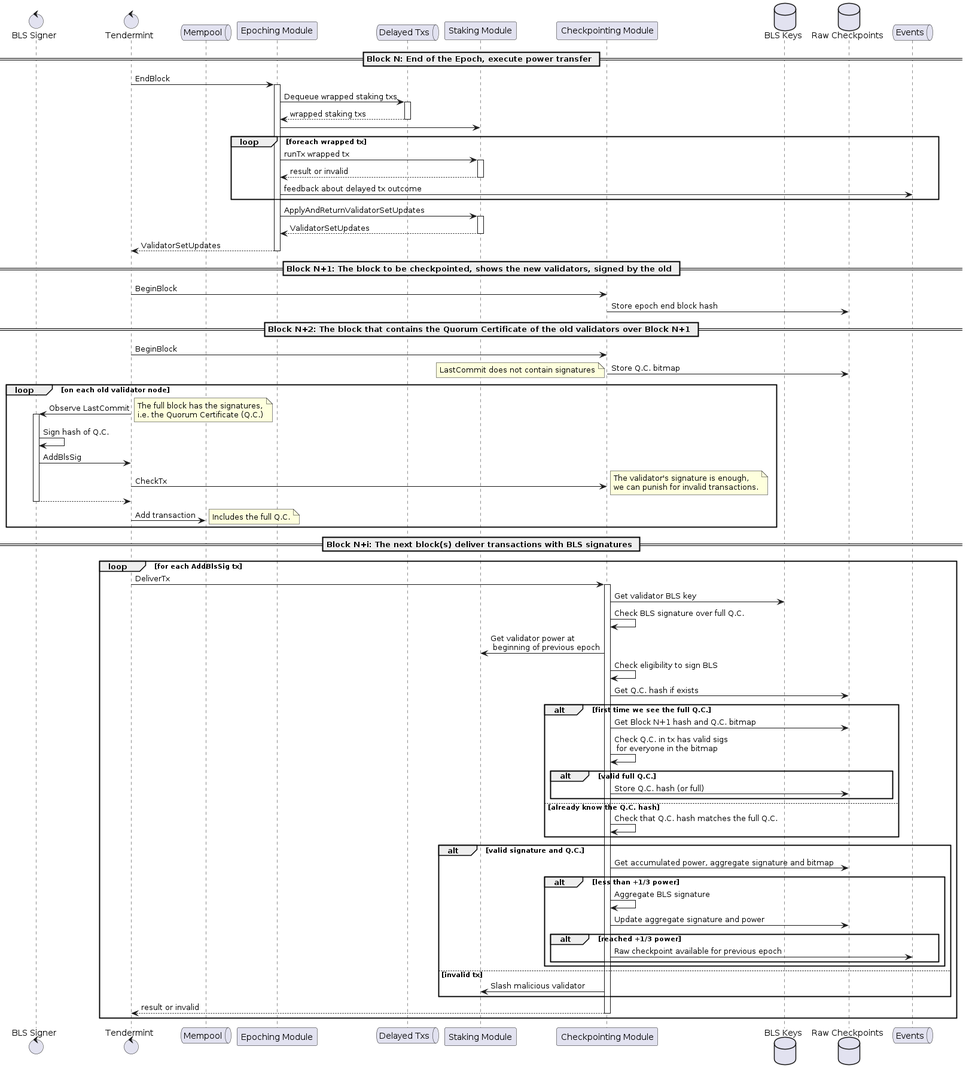
Above: docs/diagrams/create_raw_checkpoint.png in babylonchain/babylon (PlantUML), before the change.
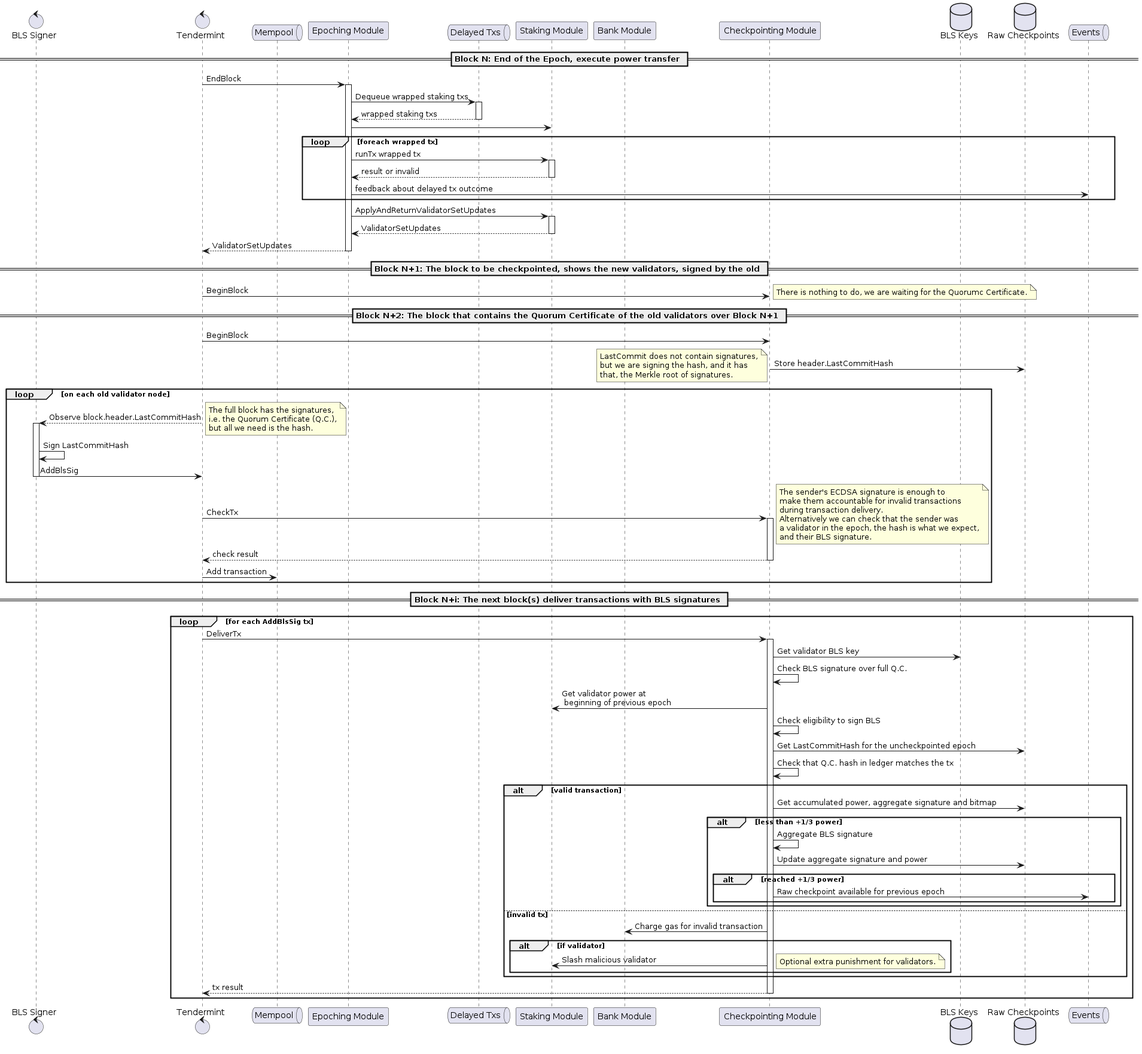
The same diagram one commit later.

Commit message:
BM-4: Use LastCommitHash from the header instead of full LastCommit.

Diff of the diagram source:
```diff
@@ -5,7 +5,8 @@
 participant "Epoching Module" as epoching
 queue       "Delayed Txs"     as delayedtxs
 participant "Staking Module"  as staking
-participant "Checkpointing Module"  as checkpointing
+participant "Bank Module"     as bank
+participant "Checkpointing Module" as checkpointing
 database    "BLS Keys"        as blskeys
 database    "Raw Checkpoints" as rawckpts
 queue       Events
@@ -28,34 +29,40 @@
 == Block N+1: The block to be checkpointed, shows the new validators, signed by the old ==
 
 Tendermint -> checkpointing : BeginBlock
-checkpointing -> rawckpts : Store epoch end block hash
+note right
+  There is nothing to do, we are waiting for the Quorumc Certificate.
+end note
 
 == Block N+2: The block that contains the Quorum Certificate of the old validators over Block N+1 ==
 
 Tendermint -> checkpointing : BeginBlock
-checkpointing -> rawckpts : Store Q.C. bitmap
+checkpointing -> rawckpts : Store header.LastCommitHash
 note left
-  LastCommit does not contain signatures
+  LastCommit does not contain signatures,
+  but we are signing the hash, and it has
+  that, the Merkle root of signatures.
 end note
 
 loop on each old validator node
-  Tendermint -> signer ++ : Observe LastCommit
+  Tendermint --> signer ++ : Observe block.header.LastCommitHash
   note right
     The full block has the signatures,
-    i.e. the Quorum Certificate (Q.C.)
+    i.e. the Quorum Certificate (Q.C.),
+    but all we need is the hash.
   end note
-  signer -> signer : Sign hash of Q.C.
-  signer -> Tendermint : AddBlsSig
-  Tendermint -> checkpointing : CheckTx
+  signer -> signer : Sign LastCommitHash
+  signer -> Tendermint -- : AddBlsSig
+  Tendermint -> checkpointing ++: CheckTx
   note right
-    The validator's signature is enough,
-    we can punish for invalid transactions.
+    The sender's ECDSA signature is enough to
+    make them accountable for invalid transactions
+    during transaction delivery.
+    Alternatively we can check that the sender was
+    a validator in the epoch, the hash is what we expect,
+    and their BLS signature.
   end note
-  return
+  return check result
   Tendermint -> Mempool : Add transaction
-  note right
-    Includes the full Q.C.
-  end note
 end
 
 == Block N+i: The next block(s) deliver transactions with BLS signatures ==
@@ -66,19 +73,10 @@
   checkpointing -> checkpointing : Check BLS signature over full Q.C.
   checkpointing -> staking : Get validator power at \n beginning of previous epoch
   checkpointing -> checkpointing : Check eligibility to sign BLS
+  checkpointing -> rawckpts : Get LastCommitHash for the uncheckpointed epoch
+  checkpointing -> checkpointing : Check that Q.C. hash in ledger matches the tx
 
-  checkpointing -> rawckpts : Get Q.C. hash if exists
-  alt first time we see the full Q.C.
-    checkpointing -> rawckpts : Get Block N+1 hash and Q.C. bitmap
-    checkpointing -> checkpointing : Check Q.C. in tx has valid sigs \n for everyone in the bitmap
-    alt valid full Q.C.
-      checkpointing -> rawckpts : Store Q.C. hash (or full)
-    end
-  else already know the Q.C. hash
-    checkpointing -> checkpointing : Check that Q.C. hash matches the full Q.C.
-  end
-
-  alt valid signature and Q.C.
+  alt valid transaction
     checkpointing -> rawckpts : Get accumulated power, aggregate signature and bitmap
     alt less than +1/3 power
       checkpointing -> checkpointing : Aggregate BLS signature
@@ -88,10 +86,16 @@
       end
     end
   else invalid tx
-    checkpointing -> staking : Slash malicious validator
+    checkpointing -> bank : Charge gas for invalid transaction
+    alt if validator
+      checkpointing -> staking : Slash malicious validator
+      note right
+        Optional extra punishment for validators.
+      end note
+    end
   end
 
-  return result or invalid
+  return tx result
 end
 
 @enduml
```
